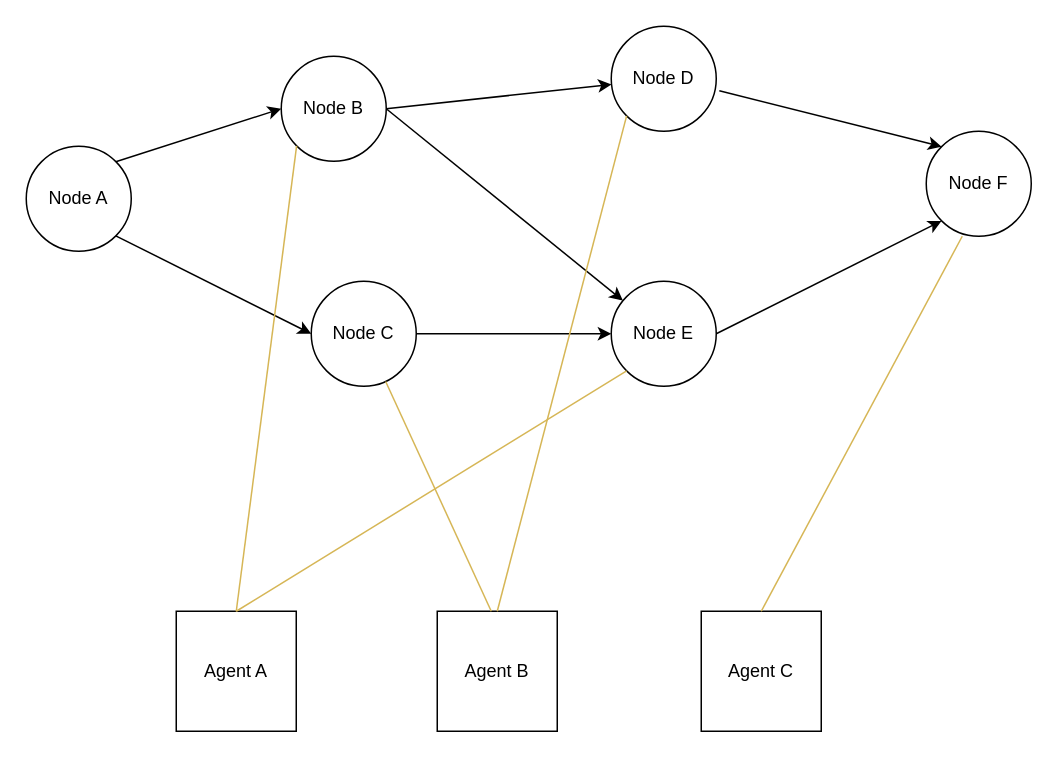
isamu/misc-doc keeps this draw.io diagram as 132.drawio. Above is the earlier version. Source tidied: cells renumbered, new cells numbered last; positions are measured from the earlier drawing's top-left corner, leaving out a move shared by most shapes. Both pictures are drawn from the tidied source at 150%, with x=0, y=0 at pixel (26, 26).
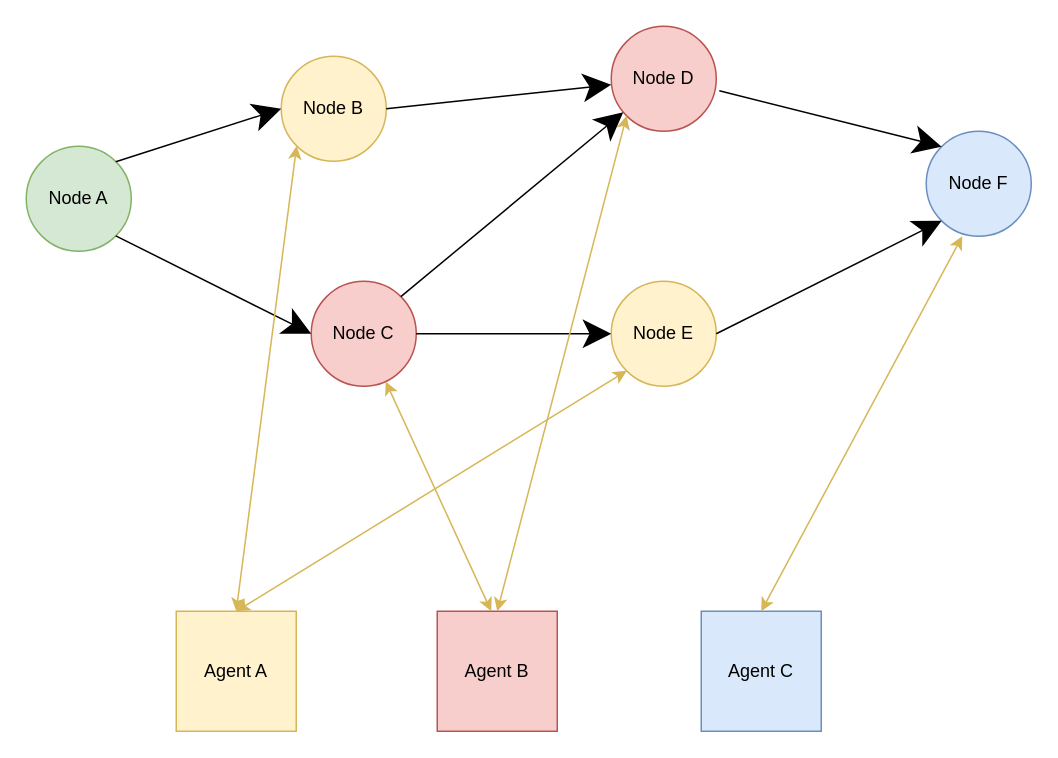
Above is the later version.

Commit message:
132.drawio を更新します

Diff of the diagram source:
```diff
@@
-    <mxCell id="2" value="Node A" style="ellipse;whiteSpace=wrap;html=1;" parent="1" vertex="1">
+    <mxCell id="2" value="Node A" style="ellipse;whiteSpace=wrap;html=1;fillColor=#d5e8d4;strokeColor=#82b366;" parent="1" vertex="1">
       <mxGeometry y="80" width="70" height="70" as="geometry" />
     </mxCell>
-    <mxCell id="3" value="Node B" style="ellipse;whiteSpace=wrap;html=1;" parent="1" vertex="1">
+    <mxCell id="3" value="Node B" style="ellipse;whiteSpace=wrap;html=1;fillColor=#fff2cc;strokeColor=#d6b656;" parent="1" vertex="1">
       <mxGeometry x="170" y="20" width="70" height="70" as="geometry" />
     </mxCell>
-    <mxCell id="4" value="Node C" style="ellipse;whiteSpace=wrap;html=1;" parent="1" vertex="1">
+    <mxCell id="4" value="Node C" style="ellipse;whiteSpace=wrap;html=1;fillColor=#f8cecc;strokeColor=#b85450;" parent="1" vertex="1">
       <mxGeometry x="190" y="170" width="70" height="70" as="geometry" />
     </mxCell>
-    <mxCell id="5" value="Node D" style="ellipse;whiteSpace=wrap;html=1;" parent="1" vertex="1">
+    <mxCell id="5" value="Node D" style="ellipse;whiteSpace=wrap;html=1;fillColor=#f8cecc;strokeColor=#b85450;" parent="1" vertex="1">
       <mxGeometry x="390" width="70" height="70" as="geometry" />
     </mxCell>
-    <mxCell id="6" value="Node E" style="ellipse;whiteSpace=wrap;html=1;" parent="1" vertex="1">
+    <mxCell id="6" value="Node E" style="ellipse;whiteSpace=wrap;html=1;fillColor=#fff2cc;strokeColor=#d6b656;" parent="1" vertex="1">
       <mxGeometry x="390" y="170" width="70" height="70" as="geometry" />
     </mxCell>
-    <mxCell id="7" value="Node F" style="ellipse;whiteSpace=wrap;html=1;" parent="1" vertex="1">
+    <mxCell id="7" value="Node F" style="ellipse;whiteSpace=wrap;html=1;fillColor=#dae8fc;strokeColor=#6c8ebf;" parent="1" vertex="1">
       <mxGeometry x="600" y="70" width="70" height="70" as="geometry" />
     </mxCell>
-    <mxCell id="8" style="endArrow=classic;html=1;rounded=0;exitX=1;exitY=0;exitDx=0;exitDy=0;entryX=0;entryY=0.5;entryDx=0;entryDy=0;" parent="1" edge="1" target="3">
+    <mxCell id="8" style="endArrow=classic;html=1;rounded=0;exitX=1;exitY=0;exitDx=0;exitDy=0;jumpSize=6;endSize=16;" parent="1" edge="1">
       <mxGeometry relative="1" as="geometry">
         <mxPoint x="59.7" y="90.3" as="sourcePoint" />
+        <mxPoint x="170" y="55" as="targetPoint" />
       </mxGeometry>
     </mxCell>
-    <mxCell id="9" style="endArrow=classic;html=1;rounded=0;entryX=0;entryY=0.5;entryDx=0;entryDy=0;exitX=1;exitY=1;exitDx=0;exitDy=0;" parent="1" edge="1" target="4">
+    <mxCell id="9" style="endArrow=classic;html=1;rounded=0;entryX=0;entryY=0.5;entryDx=0;entryDy=0;exitX=1;exitY=1;exitDx=0;exitDy=0;endSize=16;" parent="1" edge="1" target="4">
       <mxGeometry relative="1" as="geometry">
         <mxPoint x="59.7" y="139.7" as="sourcePoint" />
       </mxGeometry>
     </mxCell>
-    <mxCell id="10" style="endArrow=classic;html=1;rounded=0;exitX=1;exitY=0.5;exitDx=0;exitDy=0;" parent="1" edge="1" source="3" target="5">
-      <mxGeometry relative="1" as="geometry" />
+    <mxCell id="10" style="endArrow=classic;html=1;rounded=0;exitX=1;exitY=0.5;exitDx=0;exitDy=0;endSize=16;" parent="1" edge="1" source="3">
+      <mxGeometry relative="1" as="geometry">
+        <mxPoint x="390" y="39" as="targetPoint" />
+      </mxGeometry>
     </mxCell>
-    <mxCell id="11" style="endArrow=classic;html=1;rounded=0;exitX=1;exitY=0.5;exitDx=0;exitDy=0;entryX=0;entryY=1;entryDx=0;entryDy=0;" parent="1" edge="1" source="6" target="7">
+    <mxCell id="11" style="endArrow=classic;html=1;rounded=0;exitX=1;exitY=0.5;exitDx=0;exitDy=0;entryX=0;entryY=1;entryDx=0;entryDy=0;endSize=16;" parent="1" edge="1" source="6" target="7">
       <mxGeometry relative="1" as="geometry" />
     </mxCell>
-    <mxCell id="12" style="endArrow=classic;html=1;rounded=0;exitX=1.029;exitY=0.614;exitDx=0;exitDy=0;entryX=0;entryY=0;entryDx=0;entryDy=0;exitPerimeter=0;" parent="1" edge="1" source="5" target="7">
+    <mxCell id="12" style="endArrow=classic;html=1;rounded=0;exitX=1.029;exitY=0.614;exitDx=0;exitDy=0;entryX=0;entryY=0;entryDx=0;entryDy=0;exitPerimeter=0;endSize=16;" parent="1" edge="1" source="5" target="7">
       <mxGeometry relative="1" as="geometry" />
     </mxCell>
-    <mxCell id="13" style="endArrow=classic;html=1;rounded=0;exitX=1;exitY=0.5;exitDx=0;exitDy=0;entryX=0;entryY=0.5;entryDx=0;entryDy=0;" parent="1" edge="1" source="4" target="6">
+    <mxCell id="13" style="endArrow=classic;html=1;rounded=0;exitX=1;exitY=0.5;exitDx=0;exitDy=0;entryX=0;entryY=0.5;entryDx=0;entryDy=0;endSize=16;" parent="1" edge="1" source="4" target="6">
       <mxGeometry relative="1" as="geometry" />
     </mxCell>
-    <mxCell id="14" style="endArrow=classic;html=1;rounded=0;exitX=1;exitY=0.5;exitDx=0;exitDy=0;" parent="1" edge="1" source="3" target="6">
+    <mxCell id="14" style="endArrow=classic;html=1;rounded=0;exitX=1;exitY=0;exitDx=0;exitDy=0;endSize=16;" parent="1" edge="1" source="4" target="5">
       <mxGeometry relative="1" as="geometry" />
     </mxCell>
-    <mxCell id="15" value="Agent A" style="whiteSpace=wrap;html=1;" parent="1" vertex="1">
+    <mxCell id="15" value="Agent A" style="whiteSpace=wrap;html=1;fillColor=#fff2cc;strokeColor=#d6b656;" parent="1" vertex="1">
       <mxGeometry x="100" y="390" width="80" height="80" as="geometry" />
     </mxCell>
-    <mxCell id="16" value="Agent C" style="whiteSpace=wrap;html=1;" parent="1" vertex="1">
+    <mxCell id="16" value="Agent C" style="whiteSpace=wrap;html=1;fillColor=#dae8fc;strokeColor=#6c8ebf;" parent="1" vertex="1">
       <mxGeometry x="450" y="390" width="80" height="80" as="geometry" />
     </mxCell>
-    <mxCell id="17" value="Agent B" style="whiteSpace=wrap;html=1;" parent="1" vertex="1">
+    <mxCell id="17" value="Agent B" style="whiteSpace=wrap;html=1;fillColor=#f8cecc;strokeColor=#b85450;" parent="1" vertex="1">
       <mxGeometry x="274" y="390" width="80" height="80" as="geometry" />
     </mxCell>
-    <mxCell id="18" style="endArrow=none;html=1;rounded=0;exitX=0.5;exitY=0;exitDx=0;exitDy=0;entryX=0;entryY=1;entryDx=0;entryDy=0;fillColor=#fff2cc;strokeColor=#d6b656;" parent="1" edge="1" source="15" target="3">
+    <mxCell id="18" style="endArrow=classic;html=1;rounded=0;exitX=0.5;exitY=0;exitDx=0;exitDy=0;entryX=0;entryY=1;entryDx=0;entryDy=0;fillColor=#fff2cc;strokeColor=#d6b656;startArrow=classic;startFill=1;endFill=1;" parent="1" edge="1" source="15" target="3">
       <mxGeometry relative="1" as="geometry" />
     </mxCell>
-    <mxCell id="19" style="endArrow=none;html=1;rounded=0;exitX=0.5;exitY=0;exitDx=0;exitDy=0;entryX=0;entryY=1;entryDx=0;entryDy=0;fillColor=#fff2cc;strokeColor=#d6b656;" parent="1" edge="1" source="17" target="5">
+    <mxCell id="19" style="endArrow=classic;html=1;rounded=0;exitX=0.5;exitY=0;exitDx=0;exitDy=0;entryX=0;entryY=1;entryDx=0;entryDy=0;fillColor=#fff2cc;strokeColor=#d6b656;endFill=1;startArrow=classic;startFill=1;" parent="1" edge="1" source="17" target="5">
       <mxGeometry relative="1" as="geometry" />
     </mxCell>
-    <mxCell id="20" style="endArrow=none;html=1;rounded=0;entryX=0;entryY=1;entryDx=0;entryDy=0;exitX=0.5;exitY=0;exitDx=0;exitDy=0;fillColor=#fff2cc;strokeColor=#d6b656;" parent="1" edge="1" source="15" target="6">
+    <mxCell id="20" style="endArrow=classic;html=1;rounded=0;entryX=0;entryY=1;entryDx=0;entryDy=0;exitX=0.5;exitY=0;exitDx=0;exitDy=0;fillColor=#fff2cc;strokeColor=#d6b656;startArrow=classic;startFill=1;endFill=1;" parent="1" edge="1" source="15" target="6">
       <mxGeometry relative="1" as="geometry" />
     </mxCell>
-    <mxCell id="21" style="endArrow=none;html=1;rounded=0;fillColor=#fff2cc;strokeColor=#d6b656;" parent="1" edge="1" target="4">
+    <mxCell id="21" style="endArrow=classic;html=1;rounded=0;fillColor=#fff2cc;strokeColor=#d6b656;startArrow=classic;startFill=1;endFill=1;" parent="1" edge="1" target="4">
       <mxGeometry relative="1" as="geometry">
         <mxPoint x="310" y="390" as="sourcePoint" />
       </mxGeometry>
     </mxCell>
-    <mxCell id="22" style="endArrow=none;html=1;rounded=0;exitX=0.5;exitY=0;exitDx=0;exitDy=0;entryX=0.343;entryY=1;entryDx=0;entryDy=0;entryPerimeter=0;fillColor=#fff2cc;strokeColor=#d6b656;" parent="1" edge="1" source="16" target="7">
+    <mxCell id="22" style="endArrow=classic;html=1;rounded=0;exitX=0.5;exitY=0;exitDx=0;exitDy=0;entryX=0.343;entryY=1;entryDx=0;entryDy=0;entryPerimeter=0;fillColor=#fff2cc;strokeColor=#d6b656;startArrow=classic;startFill=1;endFill=1;" parent="1" edge="1" source="16" target="7">
       <mxGeometry relative="1" as="geometry" />
     </mxCell>
```
